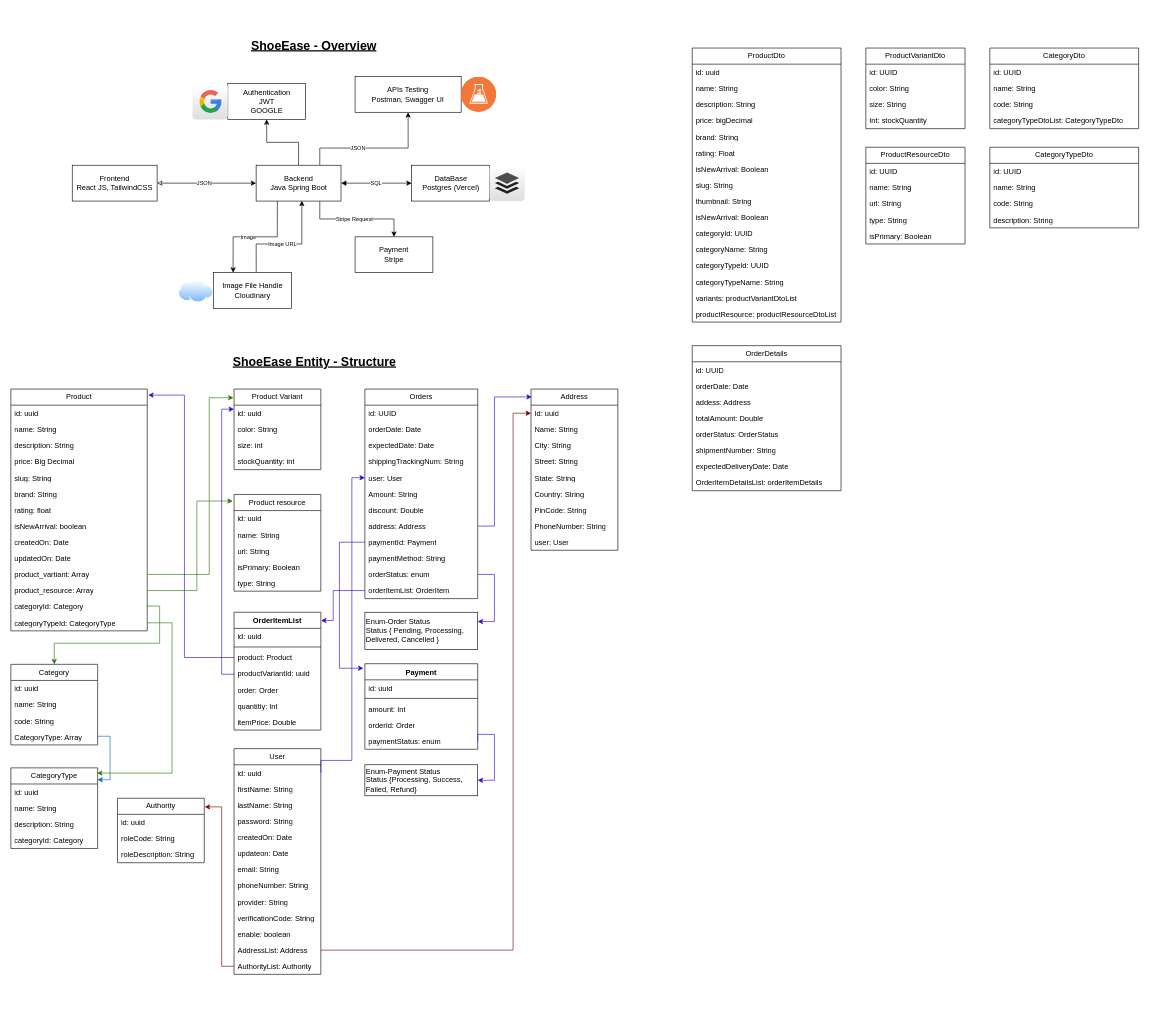
Nikhil-keshri2213/DSA_Practice_Skills keeps this draw.io diagram as ShopEase.drawio. Above is the earlier version. Source tidied: cells renumbered, new cells numbered last; positions are measured from the earlier drawing's top-left corner, leaving out a move shared by most shapes. Both pictures are drawn from the tidied source at 62%, with x=0, y=0 at pixel (11, 35).
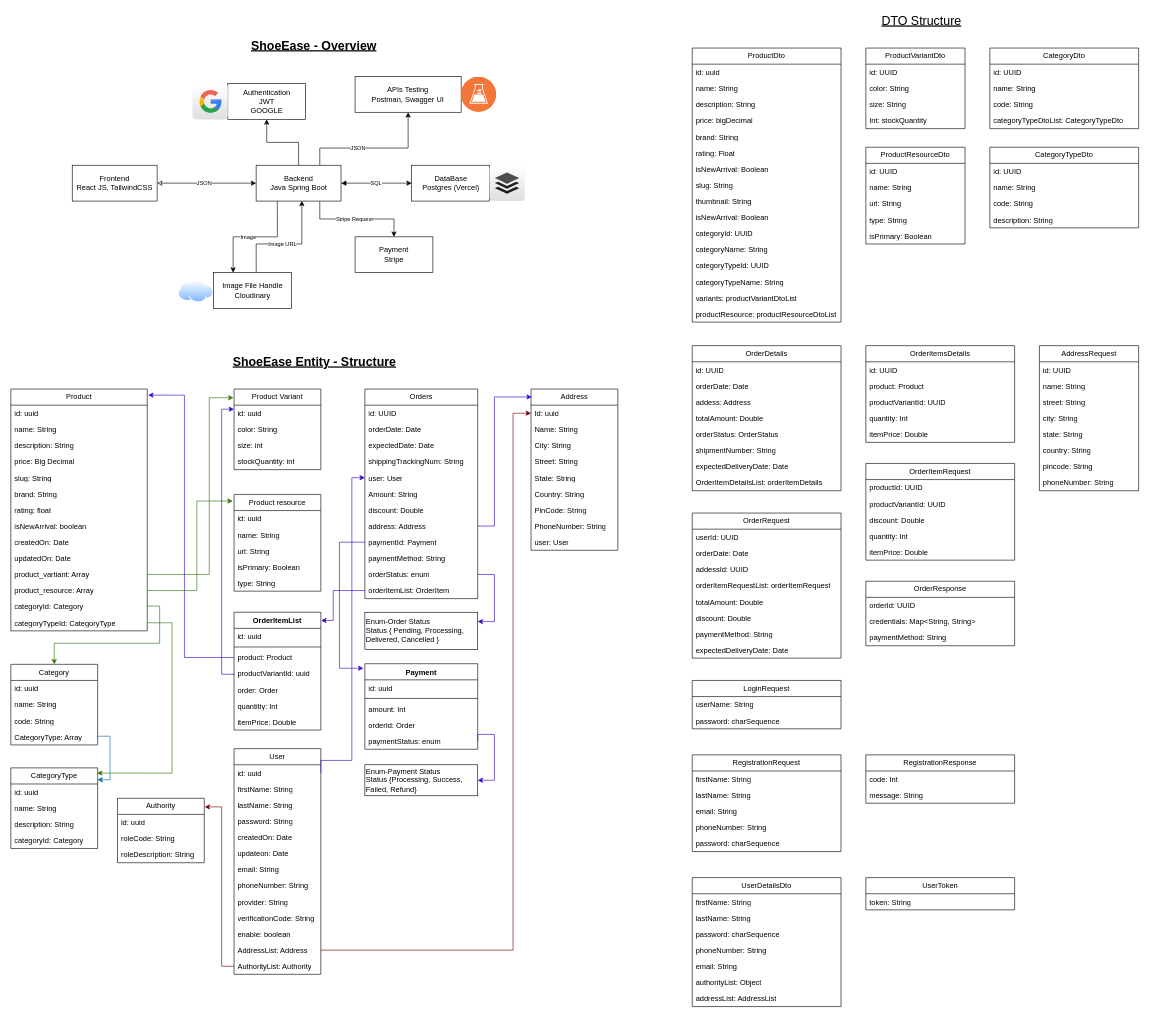
After the change.

Change to the diagram source:
```diff
@@
-    <mxCell id="136" value="&lt;font style=&quot;font-size: 20px;&quot;&gt;&lt;b&gt;&lt;u&gt;ShoeEase - Overview&lt;/u&gt;&lt;/b&gt;&lt;/font&gt;" style="text;html=1;whiteSpace=wrap;strokeColor=none;fillColor=none;align=center;verticalAlign=middle;rounded=0;" parent="1" vertex="1">
+    <mxCell id="136" value="&lt;font style=&quot;font-size: 20px;&quot;&gt;&lt;span&gt;&lt;u&gt;ShoeEase - Overview&lt;/u&gt;&lt;/span&gt;&lt;/font&gt;" style="text;html=1;whiteSpace=wrap;strokeColor=none;fillColor=none;align=center;verticalAlign=middle;rounded=0;fontStyle=1;" parent="1" vertex="1">
       <mxGeometry x="299" width="380" height="30" as="geometry" />
     </mxCell>
@@
+    <mxCell id="185" value="OrderItemsDetails" style="swimlane;fontStyle=0;horizontal=1;startSize=26;fillColor=none;whiteSpace=wrap;html=1;" parent="1" vertex="1">
+      <mxGeometry x="1379" y="500" width="240" height="156" as="geometry" />
+    </mxCell>
+    <mxCell id="186" value="id: UUID" style="text;strokeColor=none;fillColor=none;align=left;verticalAlign=top;spacingLeft=4;spacingRight=4;overflow=hidden;whiteSpace=wrap;html=1;" parent="185" vertex="1">
+      <mxGeometry y="26" width="240" height="26" as="geometry" />
+    </mxCell>
+    <mxCell id="187" value="product: Product" style="text;strokeColor=none;fillColor=none;align=left;verticalAlign=top;spacingLeft=4;spacingRight=4;overflow=hidden;whiteSpace=wrap;html=1;" parent="185" vertex="1">
+      <mxGeometry y="52" width="240" height="26" as="geometry" />
+    </mxCell>
+    <mxCell id="188" value="productVariantId: UUID" style="text;strokeColor=none;fillColor=none;align=left;verticalAlign=top;spacingLeft=4;spacingRight=4;overflow=hidden;whiteSpace=wrap;html=1;" parent="185" vertex="1">
+      <mxGeometry y="78" width="240" height="26" as="geometry" />
+    </mxCell>
+    <mxCell id="189" value="quantity: Int" style="text;strokeColor=none;fillColor=none;align=left;verticalAlign=top;spacingLeft=4;spacingRight=4;overflow=hidden;whiteSpace=wrap;html=1;" parent="185" vertex="1">
+      <mxGeometry y="104" width="240" height="26" as="geometry" />
+    </mxCell>
+    <mxCell id="190" value="itemPrice: Double" style="text;strokeColor=none;fillColor=none;align=left;verticalAlign=top;spacingLeft=4;spacingRight=4;overflow=hidden;whiteSpace=wrap;html=1;" parent="185" vertex="1">
+      <mxGeometry y="130" width="240" height="26" as="geometry" />
+    </mxCell>
+    <mxCell id="191" value="OrderItemRequest" style="swimlane;fontStyle=0;horizontal=1;startSize=26;fillColor=none;whiteSpace=wrap;html=1;" parent="1" vertex="1">
+      <mxGeometry x="1379" y="690" width="240" height="156" as="geometry" />
+    </mxCell>
+    <mxCell id="192" value="productId: UUID" style="text;strokeColor=none;fillColor=none;align=left;verticalAlign=top;spacingLeft=4;spacingRight=4;overflow=hidden;whiteSpace=wrap;html=1;" parent="191" vertex="1">
+      <mxGeometry y="26" width="240" height="26" as="geometry" />
+    </mxCell>
+    <mxCell id="193" value="productVariantId: UUID" style="text;strokeColor=none;fillColor=none;align=left;verticalAlign=top;spacingLeft=4;spacingRight=4;overflow=hidden;whiteSpace=wrap;html=1;" parent="191" vertex="1">
+      <mxGeometry y="52" width="240" height="26" as="geometry" />
+    </mxCell>
+    <mxCell id="194" value="discount: Double" style="text;strokeColor=none;fillColor=none;align=left;verticalAlign=top;spacingLeft=4;spacingRight=4;overflow=hidden;whiteSpace=wrap;html=1;" parent="191" vertex="1">
+      <mxGeometry y="78" width="240" height="26" as="geometry" />
+    </mxCell>
+    <mxCell id="195" value="quantity: Int" style="text;strokeColor=none;fillColor=none;align=left;verticalAlign=top;spacingLeft=4;spacingRight=4;overflow=hidden;whiteSpace=wrap;html=1;" parent="191" vertex="1">
+      <mxGeometry y="104" width="240" height="26" as="geometry" />
+    </mxCell>
+    <mxCell id="196" value="itemPrice: Double" style="text;strokeColor=none;fillColor=none;align=left;verticalAlign=top;spacingLeft=4;spacingRight=4;overflow=hidden;whiteSpace=wrap;html=1;" parent="191" vertex="1">
+      <mxGeometry y="130" width="240" height="26" as="geometry" />
+    </mxCell>
+    <mxCell id="197" value="OrderRequest" style="swimlane;fontStyle=0;horizontal=1;startSize=26;fillColor=none;whiteSpace=wrap;html=1;" parent="1" vertex="1">
+      <mxGeometry x="1099" y="770" width="240" height="234" as="geometry" />
+    </mxCell>
+    <mxCell id="198" value="userId: UUID" style="text;strokeColor=none;fillColor=none;align=left;verticalAlign=top;spacingLeft=4;spacingRight=4;overflow=hidden;whiteSpace=wrap;html=1;" parent="197" vertex="1">
+      <mxGeometry y="26" width="240" height="26" as="geometry" />
+    </mxCell>
+    <mxCell id="199" value="orderDate: Date" style="text;strokeColor=none;fillColor=none;align=left;verticalAlign=top;spacingLeft=4;spacingRight=4;overflow=hidden;whiteSpace=wrap;html=1;" parent="197" vertex="1">
+      <mxGeometry y="52" width="240" height="26" as="geometry" />
+    </mxCell>
+    <mxCell id="200" value="addessId: UUID" style="text;strokeColor=none;fillColor=none;align=left;verticalAlign=top;spacingLeft=4;spacingRight=4;overflow=hidden;whiteSpace=wrap;html=1;" parent="197" vertex="1">
+      <mxGeometry y="78" width="240" height="26" as="geometry" />
+    </mxCell>
+    <mxCell id="201" value="orderItemRequestList: orderItemRequest" style="text;strokeColor=none;fillColor=none;align=left;verticalAlign=top;spacingLeft=4;spacingRight=4;overflow=hidden;whiteSpace=wrap;html=1;" parent="197" vertex="1">
+      <mxGeometry y="104" width="240" height="26" as="geometry" />
+    </mxCell>
+    <mxCell id="202" value="totalAmount: Double" style="text;strokeColor=none;fillColor=none;align=left;verticalAlign=top;spacingLeft=4;spacingRight=4;overflow=hidden;whiteSpace=wrap;html=1;" parent="197" vertex="1">
+      <mxGeometry y="130" width="240" height="26" as="geometry" />
+    </mxCell>
+    <mxCell id="203" value="discount: Double" style="text;strokeColor=none;fillColor=none;align=left;verticalAlign=top;spacingLeft=4;spacingRight=4;overflow=hidden;whiteSpace=wrap;html=1;" parent="197" vertex="1">
+      <mxGeometry y="156" width="240" height="26" as="geometry" />
+    </mxCell>
+    <mxCell id="204" value="paymentMethod: String" style="text;strokeColor=none;fillColor=none;align=left;verticalAlign=top;spacingLeft=4;spacingRight=4;overflow=hidden;whiteSpace=wrap;html=1;" parent="197" vertex="1">
+      <mxGeometry y="182" width="240" height="26" as="geometry" />
+    </mxCell>
+    <mxCell id="205" value="expectedDeliveryDate: Date" style="text;strokeColor=none;fillColor=none;align=left;verticalAlign=top;spacingLeft=4;spacingRight=4;overflow=hidden;whiteSpace=wrap;html=1;" parent="197" vertex="1">
+      <mxGeometry y="208" width="240" height="26" as="geometry" />
+    </mxCell>
+    <mxCell id="206" value="AddressRequest" style="swimlane;fontStyle=0;horizontal=1;startSize=26;fillColor=none;whiteSpace=wrap;html=1;" parent="1" vertex="1">
+      <mxGeometry x="1659" y="500" width="160" height="234" as="geometry" />
+    </mxCell>
+    <mxCell id="207" value="id: UUID" style="text;strokeColor=none;fillColor=none;align=left;verticalAlign=top;spacingLeft=4;spacingRight=4;overflow=hidden;whiteSpace=wrap;html=1;" parent="206" vertex="1">
+      <mxGeometry y="26" width="160" height="26" as="geometry" />
+    </mxCell>
+    <mxCell id="208" value="name: String" style="text;strokeColor=none;fillColor=none;align=left;verticalAlign=top;spacingLeft=4;spacingRight=4;overflow=hidden;whiteSpace=wrap;html=1;" parent="206" vertex="1">
+      <mxGeometry y="52" width="160" height="26" as="geometry" />
+    </mxCell>
+    <mxCell id="209" value="street: String" style="text;strokeColor=none;fillColor=none;align=left;verticalAlign=top;spacingLeft=4;spacingRight=4;overflow=hidden;whiteSpace=wrap;html=1;" parent="206" vertex="1">
+      <mxGeometry y="78" width="160" height="26" as="geometry" />
+    </mxCell>
+    <mxCell id="210" value="city: String" style="text;strokeColor=none;fillColor=none;align=left;verticalAlign=top;spacingLeft=4;spacingRight=4;overflow=hidden;whiteSpace=wrap;html=1;" parent="206" vertex="1">
+      <mxGeometry y="104" width="160" height="26" as="geometry" />
+    </mxCell>
+    <mxCell id="211" value="state: String" style="text;strokeColor=none;fillColor=none;align=left;verticalAlign=top;spacingLeft=4;spacingRight=4;overflow=hidden;whiteSpace=wrap;html=1;" parent="206" vertex="1">
+      <mxGeometry y="130" width="160" height="26" as="geometry" />
+    </mxCell>
+    <mxCell id="212" value="country: String" style="text;strokeColor=none;fillColor=none;align=left;verticalAlign=top;spacingLeft=4;spacingRight=4;overflow=hidden;whiteSpace=wrap;html=1;" parent="206" vertex="1">
+      <mxGeometry y="156" width="160" height="26" as="geometry" />
+    </mxCell>
+    <mxCell id="213" value="pincode: String" style="text;strokeColor=none;fillColor=none;align=left;verticalAlign=top;spacingLeft=4;spacingRight=4;overflow=hidden;whiteSpace=wrap;html=1;" parent="206" vertex="1">
+      <mxGeometry y="182" width="160" height="26" as="geometry" />
+    </mxCell>
+    <mxCell id="214" value="phoneNumber: String" style="text;strokeColor=none;fillColor=none;align=left;verticalAlign=top;spacingLeft=4;spacingRight=4;overflow=hidden;whiteSpace=wrap;html=1;" parent="206" vertex="1">
+      <mxGeometry y="208" width="160" height="26" as="geometry" />
+    </mxCell>
+    <mxCell id="215" value="LoginRequest" style="swimlane;fontStyle=0;horizontal=1;startSize=26;fillColor=none;whiteSpace=wrap;html=1;" parent="1" vertex="1">
+      <mxGeometry x="1099" y="1040" width="240" height="78" as="geometry" />
+    </mxCell>
+    <mxCell id="216" value="userName: String" style="text;strokeColor=none;fillColor=none;align=left;verticalAlign=top;spacingLeft=4;spacingRight=4;overflow=hidden;whiteSpace=wrap;html=1;" parent="215" vertex="1">
+      <mxGeometry y="26" width="240" height="26" as="geometry" />
+    </mxCell>
+    <mxCell id="217" value="password: charSequence" style="text;strokeColor=none;fillColor=none;align=left;verticalAlign=top;spacingLeft=4;spacingRight=4;overflow=hidden;whiteSpace=wrap;html=1;" parent="215" vertex="1">
+      <mxGeometry y="52" width="240" height="26" as="geometry" />
+    </mxCell>
+    <mxCell id="218" value="OrderResponse" style="swimlane;fontStyle=0;horizontal=1;startSize=26;fillColor=none;whiteSpace=wrap;html=1;" parent="1" vertex="1">
+      <mxGeometry x="1379" y="880" width="240" height="104" as="geometry" />
+    </mxCell>
+    <mxCell id="219" value="orderId: UUID" style="text;strokeColor=none;fillColor=none;align=left;verticalAlign=top;spacingLeft=4;spacingRight=4;overflow=hidden;whiteSpace=wrap;html=1;" parent="218" vertex="1">
+      <mxGeometry y="26" width="240" height="26" as="geometry" />
+    </mxCell>
+    <mxCell id="220" value="credentials: Map&amp;lt;String, String&amp;gt;" style="text;strokeColor=none;fillColor=none;align=left;verticalAlign=top;spacingLeft=4;spacingRight=4;overflow=hidden;whiteSpace=wrap;html=1;" parent="218" vertex="1">
+      <mxGeometry y="52" width="240" height="26" as="geometry" />
+    </mxCell>
+    <mxCell id="221" value="paymentMethod: String" style="text;strokeColor=none;fillColor=none;align=left;verticalAlign=top;spacingLeft=4;spacingRight=4;overflow=hidden;whiteSpace=wrap;html=1;" parent="218" vertex="1">
+      <mxGeometry y="78" width="240" height="26" as="geometry" />
+    </mxCell>
+    <mxCell id="222" value="RegistrationRequest" style="swimlane;fontStyle=0;horizontal=1;startSize=26;fillColor=none;whiteSpace=wrap;html=1;" parent="1" vertex="1">
+      <mxGeometry x="1099" y="1160" width="240" height="156" as="geometry" />
+    </mxCell>
+    <mxCell id="223" value="firstName: String" style="text;strokeColor=none;fillColor=none;align=left;verticalAlign=top;spacingLeft=4;spacingRight=4;overflow=hidden;whiteSpace=wrap;html=1;" parent="222" vertex="1">
+      <mxGeometry y="26" width="240" height="26" as="geometry" />
+    </mxCell>
+    <mxCell id="224" value="lastName: String" style="text;strokeColor=none;fillColor=none;align=left;verticalAlign=top;spacingLeft=4;spacingRight=4;overflow=hidden;whiteSpace=wrap;html=1;" parent="222" vertex="1">
+      <mxGeometry y="52" width="240" height="26" as="geometry" />
+    </mxCell>
+    <mxCell id="225" value="email: String" style="text;strokeColor=none;fillColor=none;align=left;verticalAlign=top;spacingLeft=4;spacingRight=4;overflow=hidden;whiteSpace=wrap;html=1;" parent="222" vertex="1">
+      <mxGeometry y="78" width="240" height="26" as="geometry" />
+    </mxCell>
+    <mxCell id="226" value="phoneNumber: String" style="text;strokeColor=none;fillColor=none;align=left;verticalAlign=top;spacingLeft=4;spacingRight=4;overflow=hidden;whiteSpace=wrap;html=1;" parent="222" vertex="1">
+      <mxGeometry y="104" width="240" height="26" as="geometry" />
+    </mxCell>
+    <mxCell id="227" value="password: charSequence" style="text;strokeColor=none;fillColor=none;align=left;verticalAlign=top;spacingLeft=4;spacingRight=4;overflow=hidden;whiteSpace=wrap;html=1;" parent="222" vertex="1">
+      <mxGeometry y="130" width="240" height="26" as="geometry" />
+    </mxCell>
+    <mxCell id="228" value="RegistrationResponse" style="swimlane;fontStyle=0;horizontal=1;startSize=26;fillColor=none;whiteSpace=wrap;html=1;" parent="1" vertex="1">
+      <mxGeometry x="1379" y="1160" width="240" height="78" as="geometry" />
+    </mxCell>
+    <mxCell id="229" value="code: Int" style="text;strokeColor=none;fillColor=none;align=left;verticalAlign=top;spacingLeft=4;spacingRight=4;overflow=hidden;whiteSpace=wrap;html=1;" parent="228" vertex="1">
+      <mxGeometry y="26" width="240" height="26" as="geometry" />
+    </mxCell>
+    <mxCell id="230" value="message: String" style="text;strokeColor=none;fillColor=none;align=left;verticalAlign=top;spacingLeft=4;spacingRight=4;overflow=hidden;whiteSpace=wrap;html=1;" parent="228" vertex="1">
+      <mxGeometry y="52" width="240" height="26" as="geometry" />
+    </mxCell>
+    <mxCell id="231" value="UserToken" style="swimlane;fontStyle=0;horizontal=1;startSize=26;fillColor=none;whiteSpace=wrap;html=1;" parent="1" vertex="1">
+      <mxGeometry x="1379" y="1358" width="240" height="52" as="geometry" />
+    </mxCell>
+    <mxCell id="232" value="token: String" style="text;strokeColor=none;fillColor=none;align=left;verticalAlign=top;spacingLeft=4;spacingRight=4;overflow=hidden;whiteSpace=wrap;html=1;" parent="231" vertex="1">
+      <mxGeometry y="26" width="240" height="26" as="geometry" />
+    </mxCell>
+    <mxCell id="233" value="UserDetailsDto" style="swimlane;fontStyle=0;horizontal=1;startSize=26;fillColor=none;whiteSpace=wrap;html=1;" parent="1" vertex="1">
+      <mxGeometry x="1099" y="1358" width="240" height="208" as="geometry" />
+    </mxCell>
+    <mxCell id="234" value="firstName: String" style="text;strokeColor=none;fillColor=none;align=left;verticalAlign=top;spacingLeft=4;spacingRight=4;overflow=hidden;whiteSpace=wrap;html=1;" parent="233" vertex="1">
+      <mxGeometry y="26" width="240" height="26" as="geometry" />
+    </mxCell>
+    <mxCell id="235" value="lastName: String" style="text;strokeColor=none;fillColor=none;align=left;verticalAlign=top;spacingLeft=4;spacingRight=4;overflow=hidden;whiteSpace=wrap;html=1;" parent="233" vertex="1">
+      <mxGeometry y="52" width="240" height="26" as="geometry" />
+    </mxCell>
+    <mxCell id="236" value="password: charSequence" style="text;strokeColor=none;fillColor=none;align=left;verticalAlign=top;spacingLeft=4;spacingRight=4;overflow=hidden;whiteSpace=wrap;html=1;" parent="233" vertex="1">
+      <mxGeometry y="78" width="240" height="26" as="geometry" />
+    </mxCell>
+    <mxCell id="237" value="phoneNumber: String" style="text;strokeColor=none;fillColor=none;align=left;verticalAlign=top;spacingLeft=4;spacingRight=4;overflow=hidden;whiteSpace=wrap;html=1;" parent="233" vertex="1">
+      <mxGeometry y="104" width="240" height="26" as="geometry" />
+    </mxCell>
+    <mxCell id="238" value="email: String" style="text;strokeColor=none;fillColor=none;align=left;verticalAlign=top;spacingLeft=4;spacingRight=4;overflow=hidden;whiteSpace=wrap;html=1;" parent="233" vertex="1">
+      <mxGeometry y="130" width="240" height="26" as="geometry" />
+    </mxCell>
+    <mxCell id="239" value="authorityList: Object" style="text;strokeColor=none;fillColor=none;align=left;verticalAlign=top;spacingLeft=4;spacingRight=4;overflow=hidden;whiteSpace=wrap;html=1;" parent="233" vertex="1">
+      <mxGeometry y="156" width="240" height="26" as="geometry" />
+    </mxCell>
+    <mxCell id="240" value="addressList: AddressList" style="text;strokeColor=none;fillColor=none;align=left;verticalAlign=top;spacingLeft=4;spacingRight=4;overflow=hidden;whiteSpace=wrap;html=1;" parent="233" vertex="1">
+      <mxGeometry y="182" width="240" height="26" as="geometry" />
+    </mxCell>
+    <mxCell id="241" value="&lt;font style=&quot;font-size: 20px;&quot;&gt;&lt;u style=&quot;&quot;&gt;DTO Structure&lt;/u&gt;&lt;/font&gt;" style="text;html=1;whiteSpace=wrap;strokeColor=none;fillColor=none;align=center;verticalAlign=middle;rounded=0;" parent="1" vertex="1">
+      <mxGeometry x="1379" y="-40" width="180" height="30" as="geometry" />
+    </mxCell>
```
